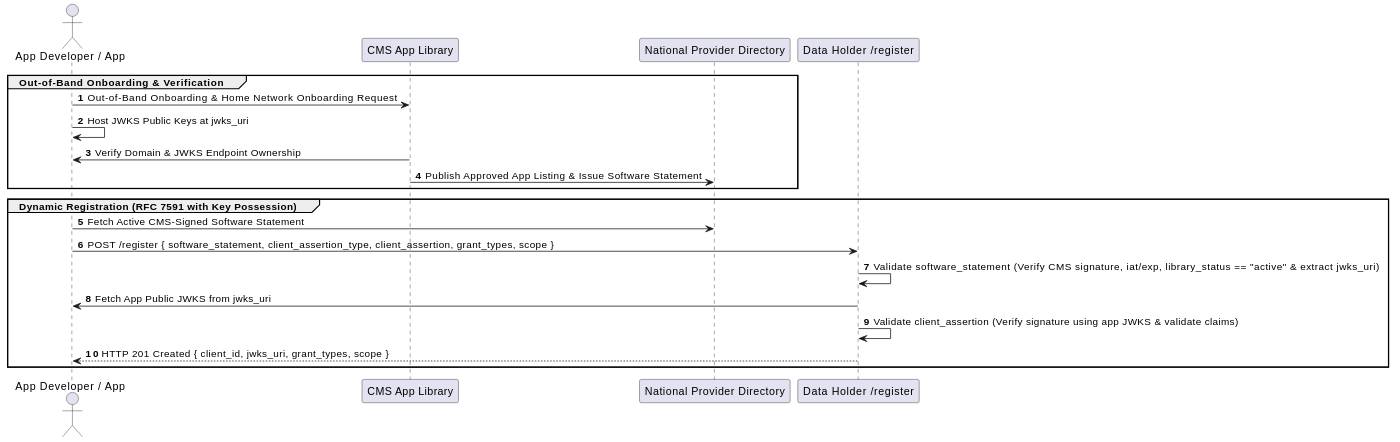
Earlier version of the PlantUML export input/images/registration.svg (alex-dzeda/can-ig).
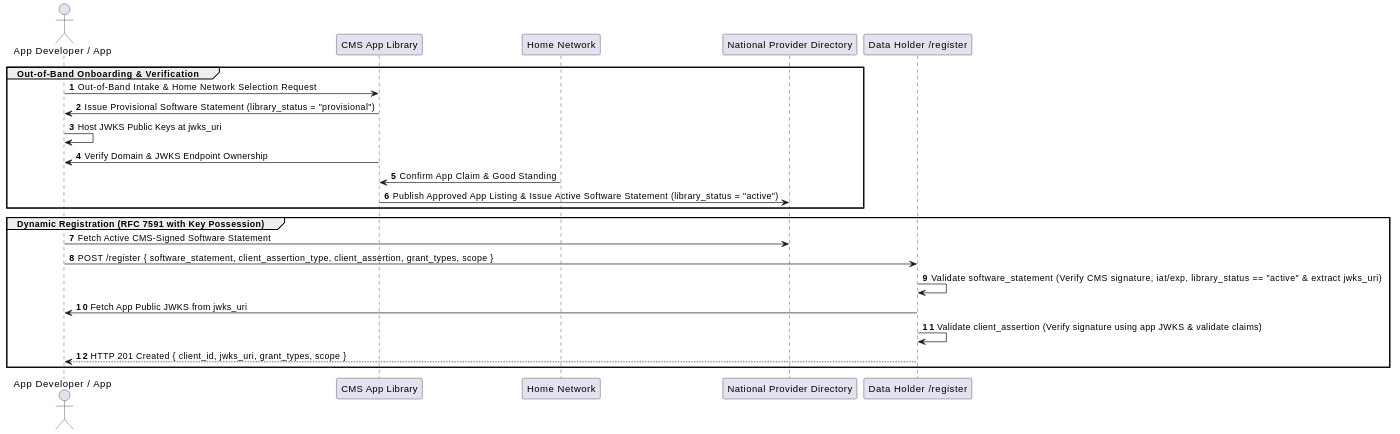
The same diagram one commit later.

What changed in the source:
```diff
@@ -3,14 +3,17 @@
 autonumber
 actor "App Developer / App" as App
 participant "CMS App Library" as CMS
+participant "Home Network" as Network
 participant "National Provider Directory" as Directory
 participant "Data Holder /register" as DH
 
 group Out-of-Band Onboarding & Verification
-App -> CMS: Out-of-Band Onboarding & Home Network Onboarding Request
+App -> CMS: Out-of-Band Intake & Home Network Selection Request
+CMS -> App: Issue Provisional Software Statement (library_status = "provisional")
 App -> App: Host JWKS Public Keys at jwks_uri
 CMS -> App: Verify Domain & JWKS Endpoint Ownership
-CMS -> Directory: Publish Approved App Listing & Issue Software Statement
+Network -> CMS: Confirm App Claim & Good Standing
+CMS -> Directory: Publish Approved App Listing & Issue Active Software Statement (library_status = "active")
 end
 
 group Dynamic Registration (RFC 7591 with Key Possession)
```
